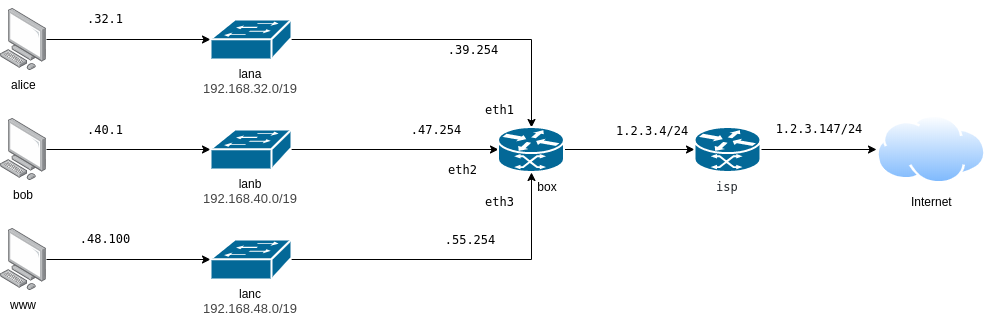
The draw.io diagram labdev.png in Ayce45/labdev, before a commit. Source tidied: cells renumbered, new cells last; positions are measured from the earlier drawing's top-left corner, leaving out a move shared by most shapes.
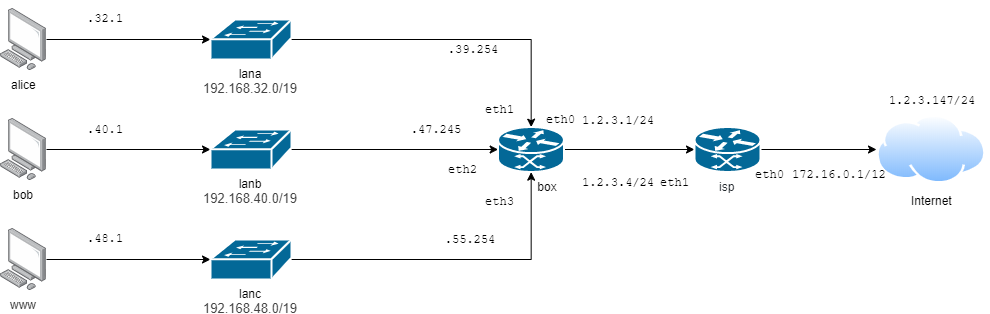
The same file after the commit.

Diff of the diagram source:
```diff
@@ -47,16 +47,16 @@
     <mxCell id="16" style="edgeStyle=orthogonalEdgeStyle;rounded=0;jettySize=auto;html=1;" parent="1" edge="1" source="17" target="28">
       <mxGeometry relative="1" as="geometry" />
     </mxCell>
-    <mxCell id="17" value="&lt;pre style=&quot;box-sizing: border-box ; font-family: , &amp;#34;consolas&amp;#34; , &amp;#34;liberation mono&amp;#34; , &amp;#34;menlo&amp;#34; , monospace ; margin-top: 0px ; margin-bottom: 0px ; color: rgb(36 , 41 , 46) ; background-color: rgb(255 , 255 , 255) ; white-space: pre-wrap&quot;&gt;isp&lt;/pre&gt;" style="shape=mxgraph.cisco.routers.atm_router;html=1;dashed=0;fillColor=#036897;strokeColor=#ffffff;strokeWidth=2;verticalLabelPosition=bottom;verticalAlign=top;align=center;outlineConnect=0;" parent="1" vertex="1">
+    <mxCell id="17" value="&lt;pre style=&quot;box-sizing: border-box ; font-family: , &amp;#34;consolas&amp;#34; , &amp;#34;liberation mono&amp;#34; , &amp;#34;menlo&amp;#34; , monospace ; margin-top: 0px ; margin-bottom: 0px ; color: rgb(36 , 41 , 46) ; background-color: rgb(255 , 255 , 255) ; white-space: pre-wrap&quot;&gt;&lt;font face=&quot;Helvetica&quot;&gt;isp&lt;/font&gt;&lt;/pre&gt;" style="shape=mxgraph.cisco.routers.atm_router;html=1;dashed=0;fillColor=#036897;strokeColor=#ffffff;strokeWidth=2;verticalLabelPosition=bottom;verticalAlign=top;align=center;outlineConnect=0;" parent="1" vertex="1">
       <mxGeometry x="694" y="118.5" width="66" height="45" as="geometry" />
     </mxCell>
     <mxCell id="18" value="&lt;p style=&quot;overflow-wrap: break-word ; white-space: pre-wrap&quot;&gt;&lt;font face=&quot;monospace&quot;&gt;1.2.3.147/24&lt;/font&gt;&lt;/p&gt;" style="text;html=1;strokeColor=none;fillColor=none;align=center;verticalAlign=middle;whiteSpace=wrap;rounded=0;" parent="1" vertex="1">
-      <mxGeometry x="760" y="110" width="116" height="20" as="geometry" />
+      <mxGeometry x="873" y="81" width="116" height="20" as="geometry" />
     </mxCell>
     <mxCell id="19" value="&lt;pre style=&quot;overflow-wrap: break-word ; white-space: pre-wrap&quot;&gt;.39.254&lt;/pre&gt;" style="text;html=1;strokeColor=none;fillColor=none;align=center;verticalAlign=middle;whiteSpace=wrap;rounded=0;" parent="1" vertex="1">
       <mxGeometry x="413.5" y="31" width="116" height="20" as="geometry" />
     </mxCell>
-    <mxCell id="20" value="&lt;pre style=&quot;overflow-wrap: break-word ; white-space: pre-wrap&quot;&gt;.47.254&lt;/pre&gt;" style="text;html=1;strokeColor=none;fillColor=none;align=center;verticalAlign=middle;whiteSpace=wrap;rounded=0;" parent="1" vertex="1">
+    <mxCell id="20" value="&lt;pre style=&quot;overflow-wrap: break-word ; white-space: pre-wrap&quot;&gt;.47.245&lt;/pre&gt;" style="text;html=1;strokeColor=none;fillColor=none;align=center;verticalAlign=middle;whiteSpace=wrap;rounded=0;" parent="1" vertex="1">
       <mxGeometry x="376.5" y="111" width="116" height="20" as="geometry" />
     </mxCell>
     <mxCell id="21" value="&lt;pre style=&quot;overflow-wrap: break-word ; white-space: pre-wrap&quot;&gt;.55.254&lt;/pre&gt;" style="text;html=1;strokeColor=none;fillColor=none;align=center;verticalAlign=middle;whiteSpace=wrap;rounded=0;" parent="1" vertex="1">
@@ -71,7 +71,7 @@
     <mxCell id="24" value="&lt;pre style=&quot;overflow-wrap: break-word ; white-space: pre-wrap&quot;&gt;.40.1&lt;/pre&gt;" style="text;html=1;strokeColor=none;fillColor=none;align=center;verticalAlign=middle;whiteSpace=wrap;rounded=0;" parent="1" vertex="1">
       <mxGeometry x="46" y="111" width="116" height="20" as="geometry" />
     </mxCell>
-    <mxCell id="25" value="&lt;pre style=&quot;overflow-wrap: break-word ; white-space: pre-wrap&quot;&gt;.48.100&lt;/pre&gt;" style="text;html=1;strokeColor=none;fillColor=none;align=center;verticalAlign=middle;whiteSpace=wrap;rounded=0;" parent="1" vertex="1">
+    <mxCell id="25" value="&lt;pre style=&quot;overflow-wrap: break-word ; white-space: pre-wrap&quot;&gt;.48.1&lt;/pre&gt;" style="text;html=1;strokeColor=none;fillColor=none;align=center;verticalAlign=middle;whiteSpace=wrap;rounded=0;" parent="1" vertex="1">
       <mxGeometry x="46" y="220" width="116" height="20" as="geometry" />
     </mxCell>
     <mxCell id="26" value="&lt;pre style=&quot;overflow-wrap: break-word ; white-space: pre-wrap&quot;&gt;eth2&lt;/pre&gt;" style="text;html=1;strokeColor=none;fillColor=none;align=center;verticalAlign=middle;whiteSpace=wrap;rounded=0;" parent="1" vertex="1">
@@ -84,7 +84,22 @@
       <mxGeometry x="876" y="106.5" width="110" height="69" as="geometry" />
     </mxCell>
     <mxCell id="29" value="1.2.3.4/24" style="text;html=1;fontFamily=monospace;" parent="1" vertex="1">
-      <mxGeometry x="614" y="108.5" width="80" height="20" as="geometry" />
+      <mxGeometry x="580" y="161" width="80" height="20" as="geometry" />
     </mxCell>
+    <mxCell id="30" value="&lt;pre style=&quot;overflow-wrap: break-word ; white-space: pre-wrap&quot;&gt;eth0&lt;/pre&gt;" style="text;html=1;strokeColor=none;fillColor=none;align=center;verticalAlign=middle;whiteSpace=wrap;rounded=0;" parent="1" vertex="1">
+      <mxGeometry x="529.5" y="101" width="61" height="20" as="geometry" />
+    </mxCell>
+    <mxCell id="31" value="1.2.3.1/24" style="text;html=1;fontFamily=monospace;" parent="1" vertex="1">
+      <mxGeometry x="580" y="98.5" width="80" height="20" as="geometry" />
+    </mxCell>
+    <mxCell id="32" value="&lt;pre style=&quot;overflow-wrap: break-word ; white-space: pre-wrap&quot;&gt;eth0&lt;/pre&gt;" style="text;html=1;strokeColor=none;fillColor=none;align=center;verticalAlign=middle;whiteSpace=wrap;rounded=0;" parent="1" vertex="1">
+      <mxGeometry x="739" y="155.5" width="61" height="20" as="geometry" />
+    </mxCell>
+    <mxCell id="33" value="&lt;pre style=&quot;overflow-wrap: break-word ; white-space: pre-wrap&quot;&gt;eth1&lt;/pre&gt;" style="text;html=1;strokeColor=none;fillColor=none;align=center;verticalAlign=middle;whiteSpace=wrap;rounded=0;" parent="1" vertex="1">
+      <mxGeometry x="643.5" y="163.5" width="61" height="20" as="geometry" />
+    </mxCell>
+    <mxCell id="34" value="172.16.0.1/12" style="text;html=1;fontFamily=monospace;" parent="1" vertex="1">
+      <mxGeometry x="790" y="153" width="100" height="30" as="geometry" />
+    </mxCell>
   </root>
 </mxGraphModel>
```
